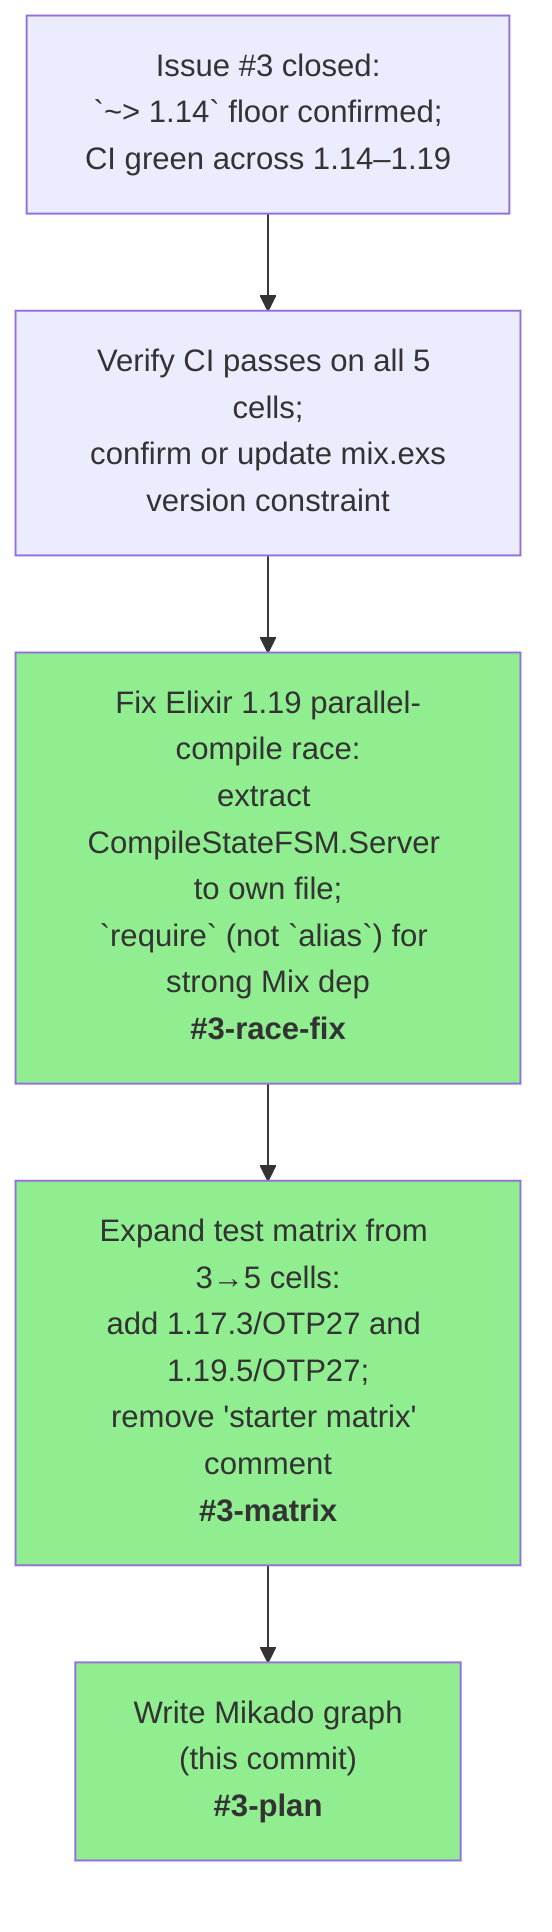
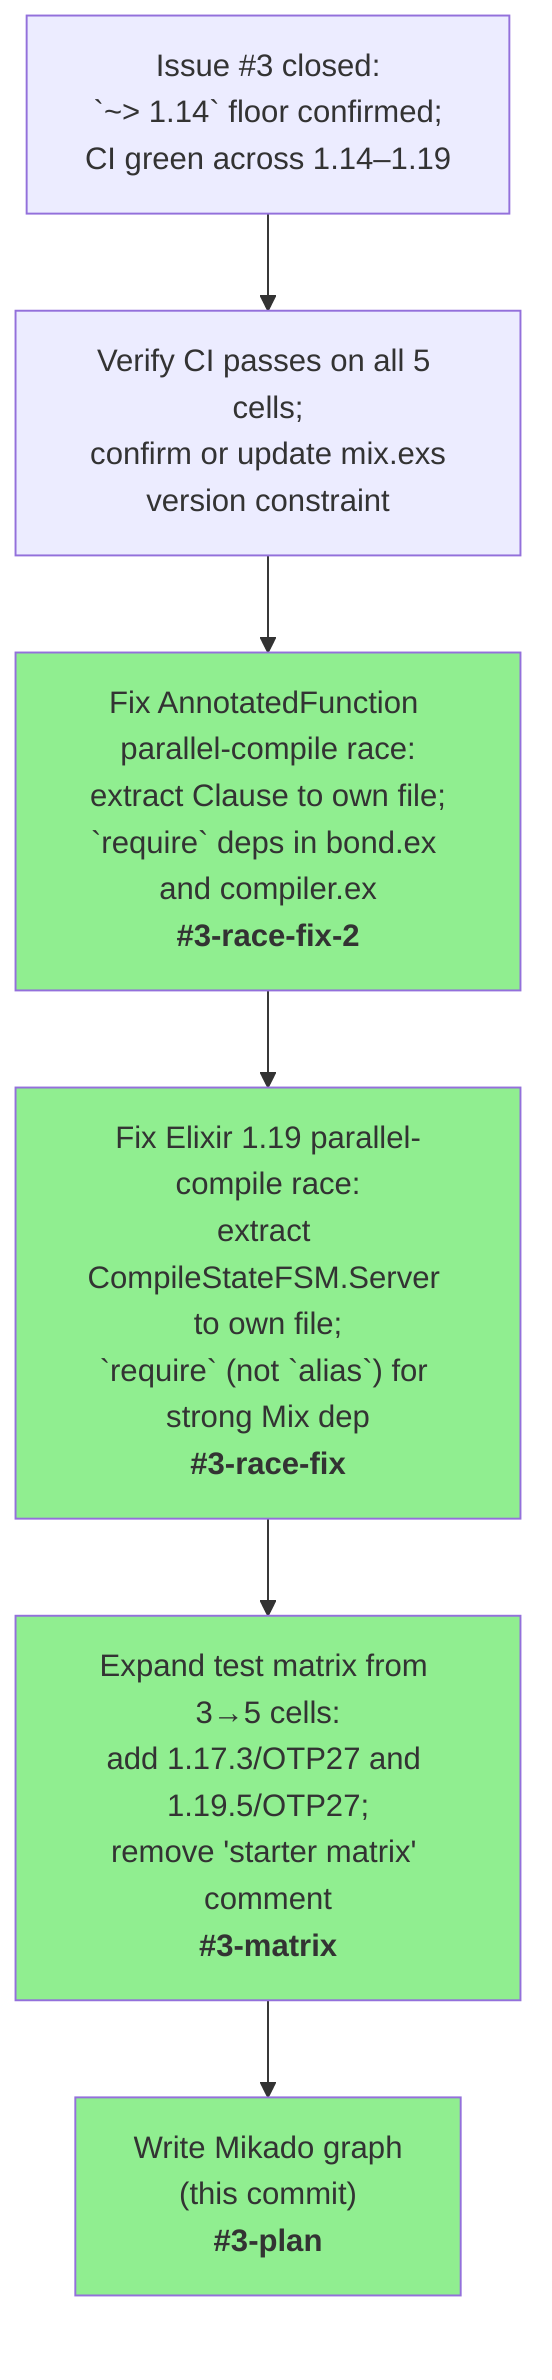
graph TD
    DONE["Issue #3 closed:<br/>`~> 1.14` floor confirmed;<br/>CI green across 1.14–1.19"]

    DONE --> CONFIRM["Verify CI passes on all 5 cells;<br/>confirm or update mix.exs<br/>version constraint"]

-     CONFIRM --> RACE["Fix Elixir 1.19 parallel-compile race:<br/>extract CompileStateFSM.Server to own file;<br/>`require` (not `alias`) for strong Mix dep<br/><b>#3-race-fix</b>"]
+     CONFIRM --> RACE2["Fix AnnotatedFunction parallel-compile race:<br/>extract Clause to own file;<br/>`require` deps in bond.ex and compiler.ex<br/><b>#3-race-fix-2</b>"]
+ 
+     RACE2 --> RACE["Fix Elixir 1.19 parallel-compile race:<br/>extract CompileStateFSM.Server to own file;<br/>`require` (not `alias`) for strong Mix dep<br/><b>#3-race-fix</b>"]

    RACE --> MATRIX["Expand test matrix from 3→5 cells:<br/>add 1.17.3/OTP27 and 1.19.5/OTP27;<br/>remove 'starter matrix' comment<br/><b>#3-matrix</b>"]

    MATRIX --> PLAN["Write Mikado graph<br/>(this commit)<br/><b>#3-plan</b>"]

    style PLAN fill:#90EE90
    style MATRIX fill:#90EE90
    style RACE fill:#90EE90
+     style RACE2 fill:#90EE90
